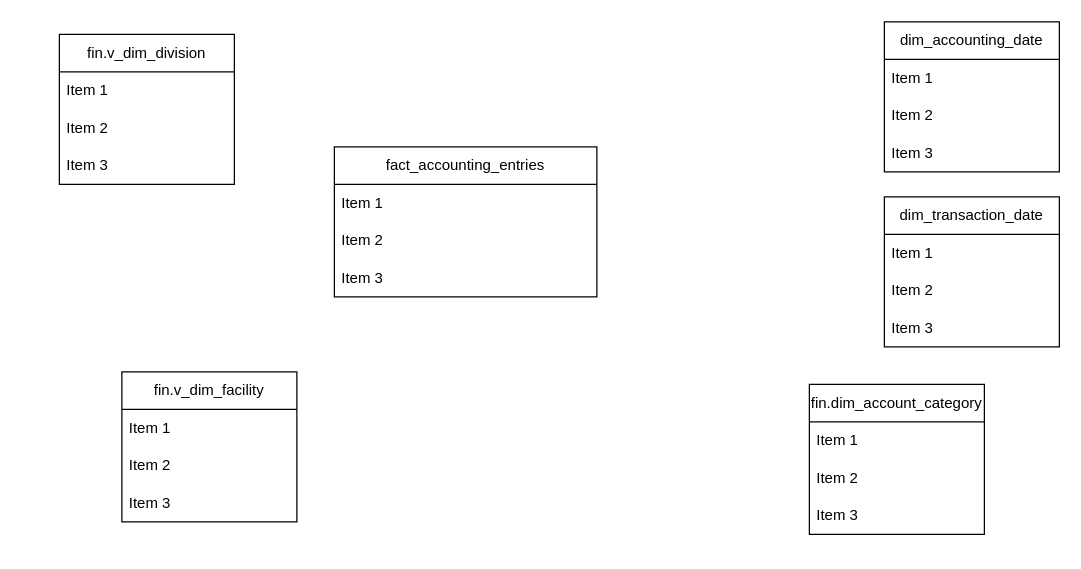
Earlier version of the draw.io diagram Raval/COST_TRANSACTIONS.drawio (almogov/Binarient). Source tidied: cells renumbered, new cells numbered last; positions are measured from the earlier drawing's top-left corner, leaving out a move shared by most shapes. Both pictures are drawn from the tidied source at 125%, with x=0, y=0 at pixel (59, 21).
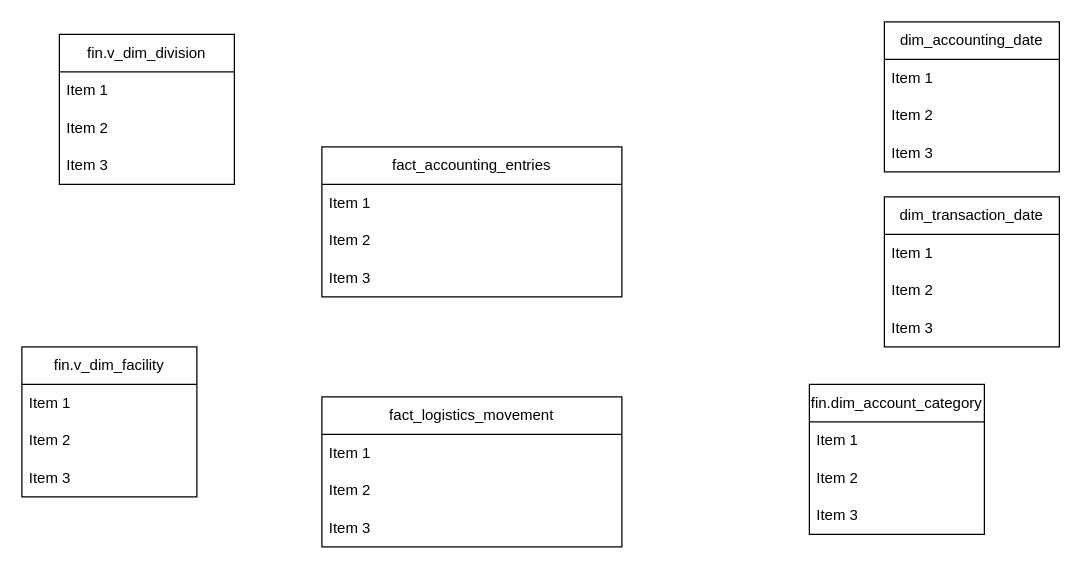
After the change.

The edit, as a diff of the source:
```diff
@@
     <mxCell id="2" value="fact_accounting_entries" style="swimlane;fontStyle=0;horizontal=1;startSize=30;whiteSpace=wrap;html=1;" parent="1" vertex="1">
-      <mxGeometry x="220" y="100" width="210" height="120" as="geometry" />
+      <mxGeometry x="210" y="100" width="240" height="120" as="geometry" />
     </mxCell>
     <mxCell id="3" value="Item 1" style="text;strokeColor=none;fillColor=none;align=left;verticalAlign=middle;spacingLeft=4;spacingRight=4;overflow=hidden;whiteSpace=wrap;html=1;" parent="2" vertex="1">
-      <mxGeometry y="30" width="210" height="30" as="geometry" />
+      <mxGeometry y="30" width="240" height="30" as="geometry" />
     </mxCell>
     <mxCell id="4" value="Item 2" style="text;strokeColor=none;fillColor=none;align=left;verticalAlign=middle;spacingLeft=4;spacingRight=4;overflow=hidden;whiteSpace=wrap;html=1;" parent="2" vertex="1">
-      <mxGeometry y="60" width="210" height="30" as="geometry" />
+      <mxGeometry y="60" width="240" height="30" as="geometry" />
     </mxCell>
     <mxCell id="5" value="Item 3" style="text;strokeColor=none;fillColor=none;align=left;verticalAlign=middle;spacingLeft=4;spacingRight=4;overflow=hidden;whiteSpace=wrap;html=1;" parent="2" vertex="1">
-      <mxGeometry y="90" width="210" height="30" as="geometry" />
+      <mxGeometry y="90" width="240" height="30" as="geometry" />
     </mxCell>
@@
     <mxCell id="22" value="fin.v_dim_facility" style="swimlane;fontStyle=0;horizontal=1;startSize=30;whiteSpace=wrap;html=1;" parent="1" vertex="1">
-      <mxGeometry x="50" y="280" width="140" height="120" as="geometry" />
+      <mxGeometry x="-30" y="260" width="140" height="120" as="geometry" />
     </mxCell>
@@
+    <mxCell id="26" value="f&lt;span style=&quot;background-color: transparent; color: light-dark(rgb(0, 0, 0), rgb(255, 255, 255));&quot;&gt;act_logistics_movement&lt;/span&gt;" style="swimlane;fontStyle=0;horizontal=1;startSize=30;whiteSpace=wrap;html=1;" parent="1" vertex="1">
+      <mxGeometry x="210" y="300" width="240" height="120" as="geometry" />
+    </mxCell>
+    <mxCell id="27" value="Item 1" style="text;strokeColor=none;fillColor=none;align=left;verticalAlign=middle;spacingLeft=4;spacingRight=4;overflow=hidden;whiteSpace=wrap;html=1;" parent="26" vertex="1">
+      <mxGeometry y="30" width="240" height="30" as="geometry" />
+    </mxCell>
+    <mxCell id="28" value="Item 2" style="text;strokeColor=none;fillColor=none;align=left;verticalAlign=middle;spacingLeft=4;spacingRight=4;overflow=hidden;whiteSpace=wrap;html=1;" parent="26" vertex="1">
+      <mxGeometry y="60" width="240" height="30" as="geometry" />
+    </mxCell>
+    <mxCell id="29" value="Item 3" style="text;strokeColor=none;fillColor=none;align=left;verticalAlign=middle;spacingLeft=4;spacingRight=4;overflow=hidden;whiteSpace=wrap;html=1;" parent="26" vertex="1">
+      <mxGeometry y="90" width="240" height="30" as="geometry" />
+    </mxCell>
```
